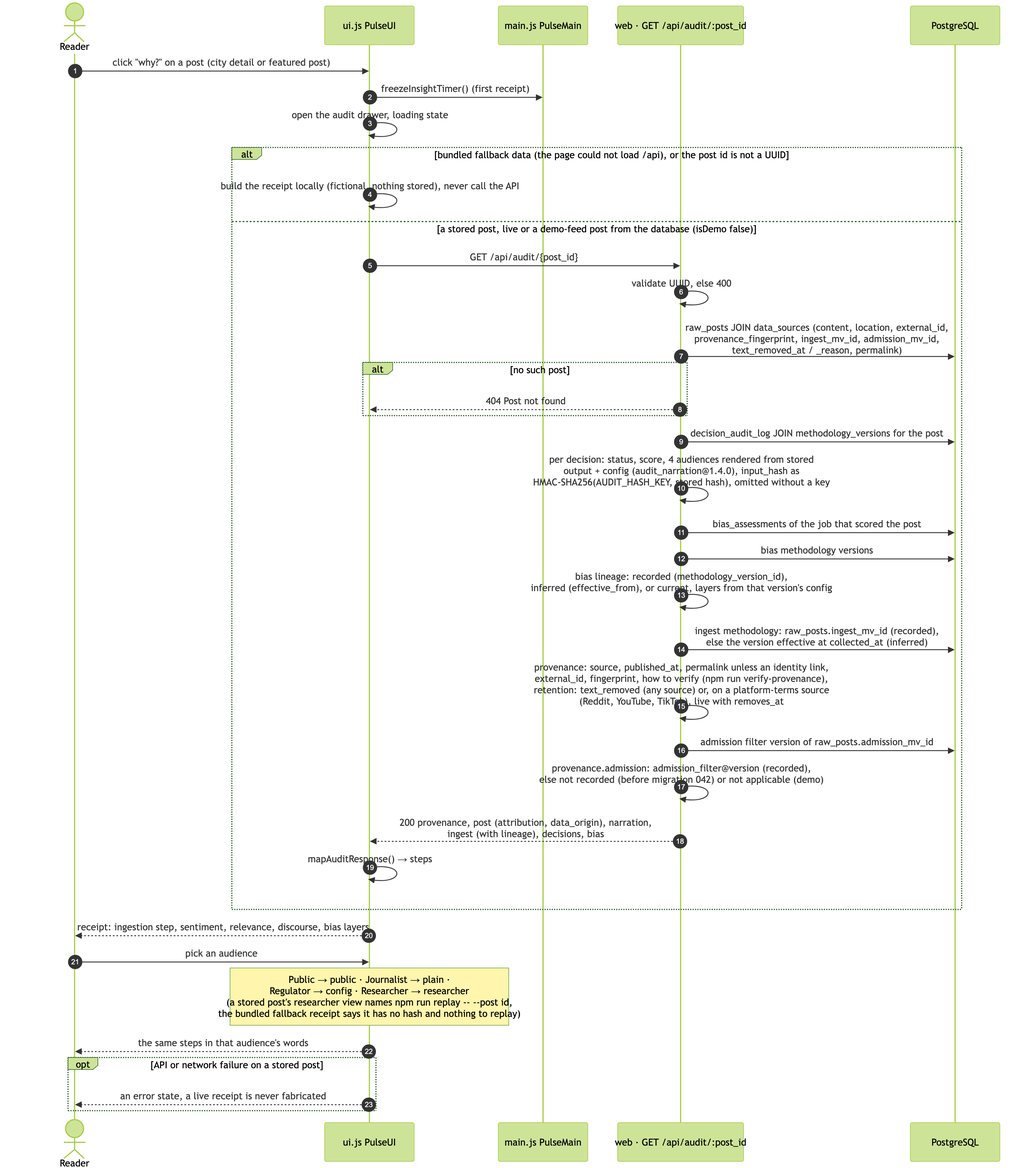
Above: docs/diagrams/sequences/audit-receipt.png in jennifer-mckinney/pulse-of-ai (Mermaid), before the change. Its source is kept beside it as docs/diagrams/sequences/audit-receipt.mmd.
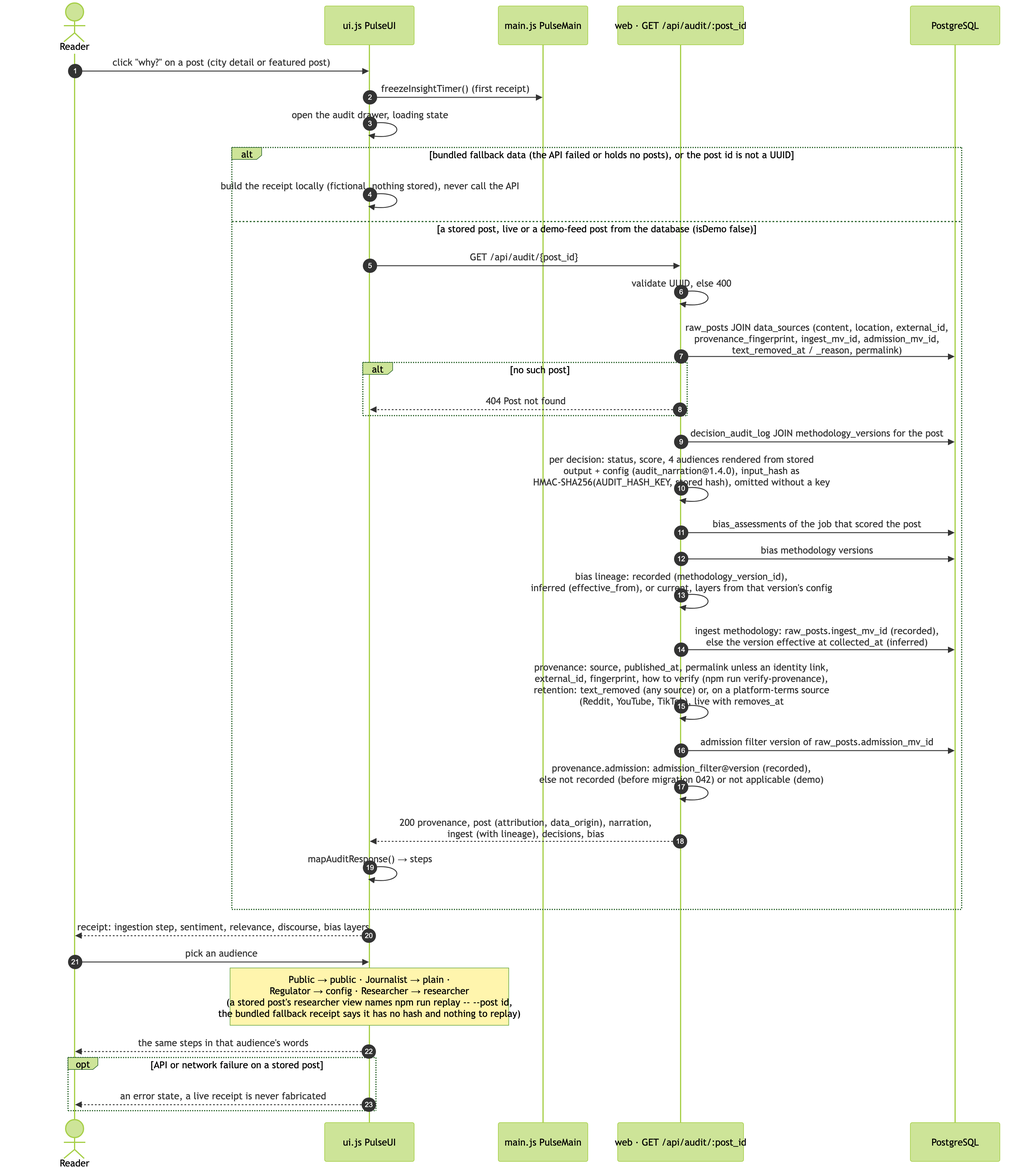
Later version of the same file.

Change to the diagram source:
```diff
@@ -9,7 +9,7 @@
   Reader->>UI: click "why?" on a post (city detail or featured post)
   UI->>Main: freezeInsightTimer() (first receipt)
   UI->>UI: open the audit drawer, loading state
-  alt bundled fallback data (the page could not load /api), or the post id is not a UUID
+  alt bundled fallback data (the API failed or holds no posts), or the post id is not a UUID
     UI->>UI: build the receipt locally (fictional, nothing stored), never call the API
   else a stored post, live or a demo-feed post from the database (isDemo false)
     UI->>API: GET /api/audit/{post_id}
```
